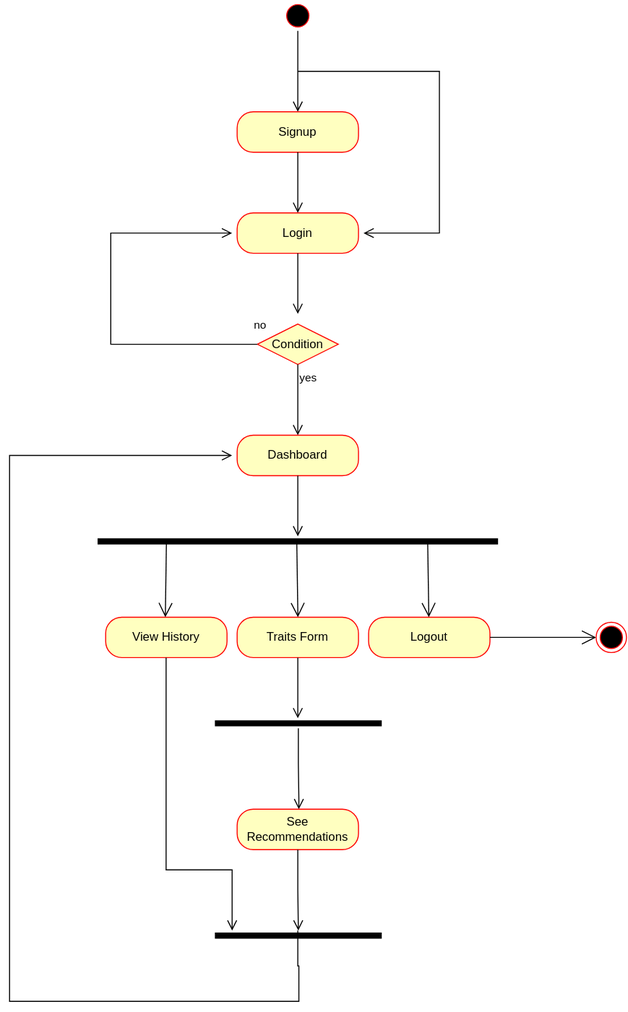
Umair-exe/fyp-diagrams keeps this draw.io diagram as activity diagram.drawio.svg. Above is the earlier version. Source tidied: cells renumbered, new cells last; positions are measured from the earlier drawing's top-left corner, leaving out a move shared by most shapes.
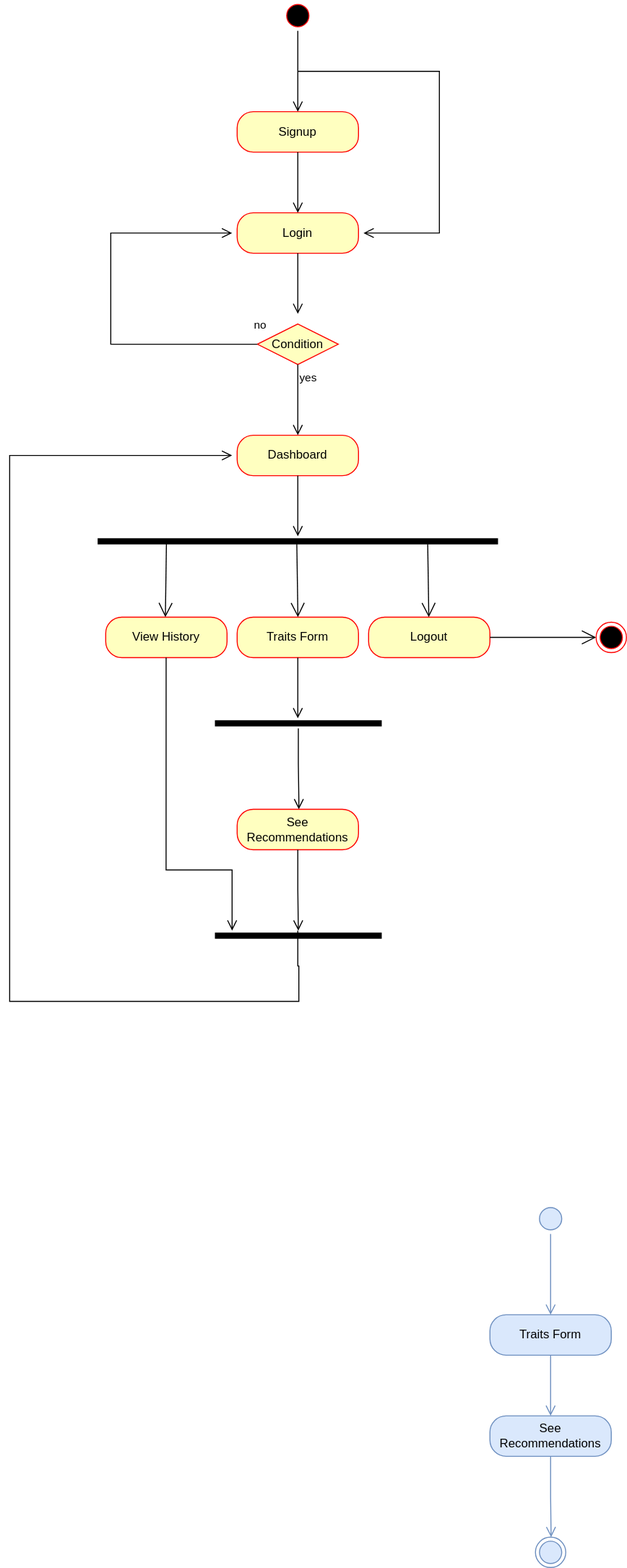
Above is the later version.

What changed in the source:
```diff
@@ -152,5 +152,32 @@
         </Array>
       </mxGeometry>
     </mxCell>
+    <mxCell id="31" style="ellipse;html=1;shape=startState;fillColor=#dae8fc;strokeColor=#6c8ebf;" parent="1" vertex="1">
+      <mxGeometry x="520" y="1190" width="30" height="30" as="geometry" />
+    </mxCell>
+    <mxCell id="32" style="edgeStyle=orthogonalEdgeStyle;html=1;verticalAlign=bottom;endArrow=open;endSize=8;strokeColor=#6c8ebf;rounded=0;fillColor=#dae8fc;" parent="1" edge="1" source="31">
+      <mxGeometry relative="1" as="geometry">
+        <mxPoint x="535" y="1300" as="targetPoint" />
+      </mxGeometry>
+    </mxCell>
+    <mxCell id="33" value="Traits Form" style="rounded=1;whiteSpace=wrap;html=1;arcSize=40;fillColor=#dae8fc;strokeColor=#6c8ebf;" parent="1" vertex="1">
+      <mxGeometry x="475" y="1300" width="120" height="40" as="geometry" />
+    </mxCell>
+    <mxCell id="34" style="edgeStyle=orthogonalEdgeStyle;html=1;verticalAlign=bottom;endArrow=open;endSize=8;strokeColor=#6c8ebf;rounded=0;fillColor=#dae8fc;" parent="1" edge="1" source="33">
+      <mxGeometry relative="1" as="geometry">
+        <mxPoint x="535" y="1400" as="targetPoint" />
+      </mxGeometry>
+    </mxCell>
+    <mxCell id="35" value="See Recommendations" style="rounded=1;whiteSpace=wrap;html=1;arcSize=40;fillColor=#dae8fc;strokeColor=#6c8ebf;" parent="1" vertex="1">
+      <mxGeometry x="475" y="1400" width="120" height="40" as="geometry" />
+    </mxCell>
+    <mxCell id="36" style="edgeStyle=orthogonalEdgeStyle;html=1;verticalAlign=bottom;endArrow=open;endSize=8;strokeColor=#6c8ebf;rounded=0;fillColor=#dae8fc;" parent="1" edge="1" source="35">
+      <mxGeometry relative="1" as="geometry">
+        <mxPoint x="535.5" y="1520" as="targetPoint" />
+      </mxGeometry>
+    </mxCell>
+    <mxCell id="37" style="ellipse;html=1;shape=endState;fillColor=#dae8fc;strokeColor=#6c8ebf;" parent="1" vertex="1">
+      <mxGeometry x="520" y="1520" width="30" height="30" as="geometry" />
+    </mxCell>
   </root>
 </mxGraphModel>
```
